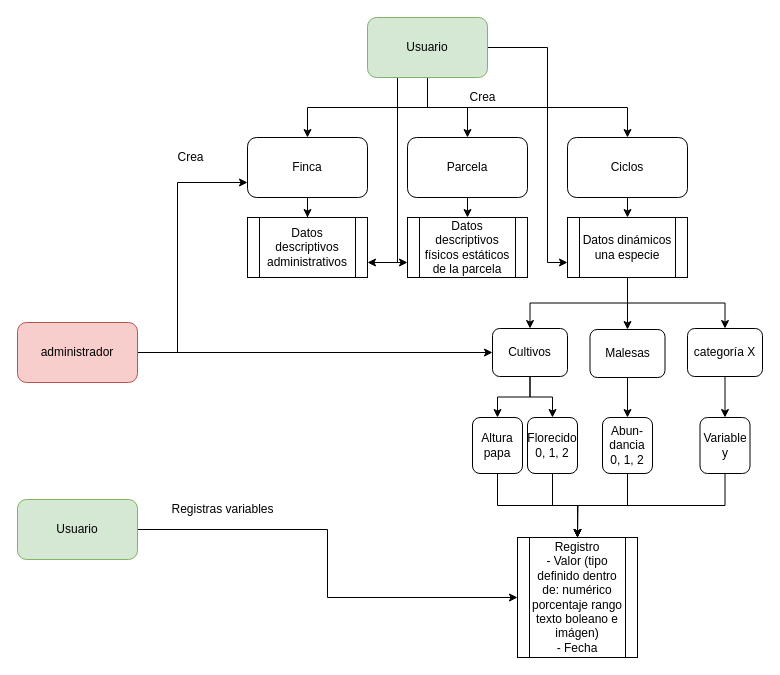
Above: app.agromaker.drawio in stdupas/app.agromaker (draw.io), before the change. Source tidied: cells renumbered, new cells numbered last; positions are measured from the earlier drawing's top-left corner, leaving out a move shared by most shapes. Both pictures are drawn from the tidied source at 100%, with x=0, y=0 at pixel (17, 17).
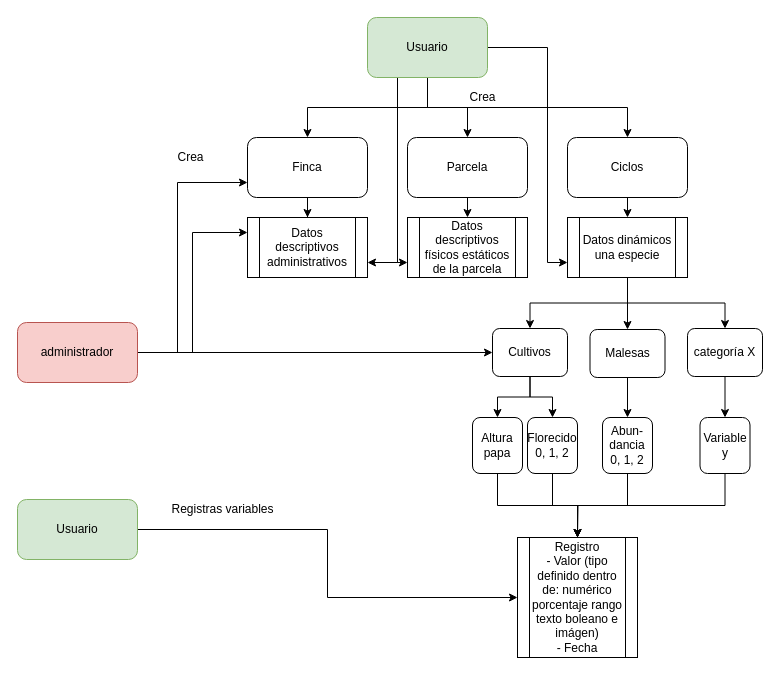
After the change.

The change refers to these unchanged cells:
```xml
<mxCell id="6" value="Datos descriptivos administrativos" style="shape=process;whiteSpace=wrap;html=1;backgroundOutline=1;" parent="1" vertex="1">
  <mxGeometry x="230" y="200" width="120" height="60" as="geometry" />
</mxCell>
<mxCell id="23" value="administrador" style="rounded=1;whiteSpace=wrap;html=1;fillColor=#f8cecc;strokeColor=#b85450;" parent="1" vertex="1">
  <mxGeometry y="305" width="120" height="60" as="geometry" />
</mxCell>
```

What changed in the source:
```diff
@@
+    <mxCell id="45" style="edgeStyle=orthogonalEdgeStyle;rounded=0;jettySize=auto;html=1;entryX=0;entryY=0.25;entryDx=0;entryDy=0;" parent="1" edge="1" source="23" target="6">
+      <mxGeometry relative="1" as="geometry" />
+    </mxCell>
```
